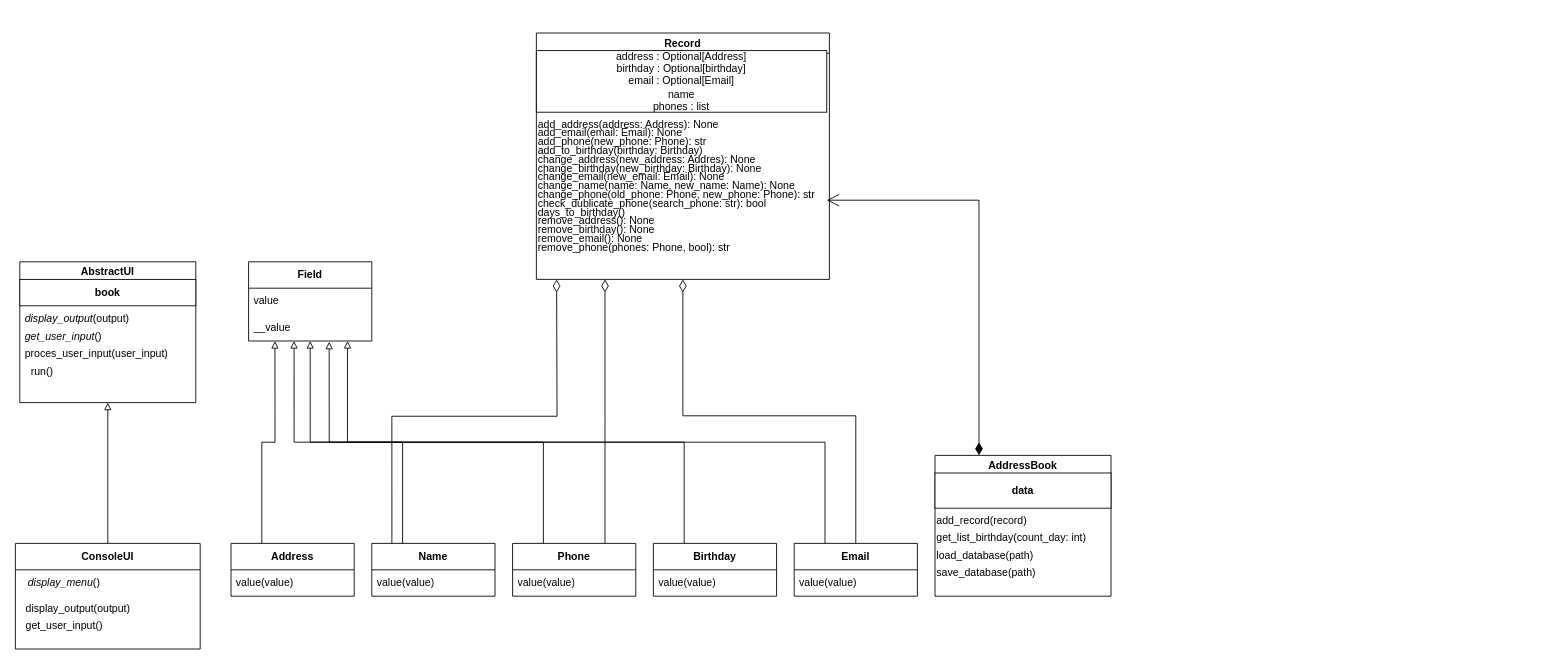
olegdenko/Python_Web1_1 keeps this draw.io diagram as M2/Untitled Diagram.drawio. Above is the earlier version. Source tidied: cells renumbered, new cells numbered last; positions are measured from the earlier drawing's top-left corner, leaving out a move shared by most shapes. Both pictures are drawn from the tidied source at 88%, with x=0, y=0 at pixel (15, 33).
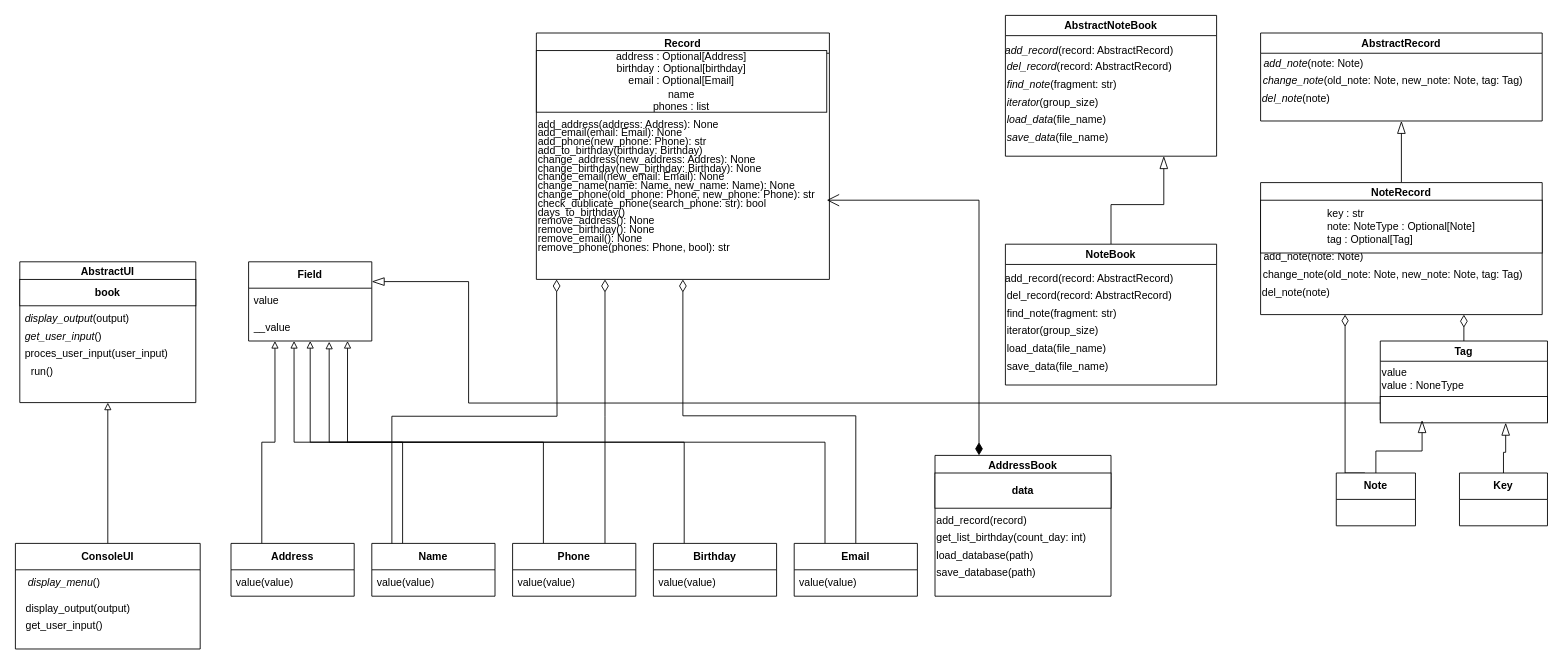
The same page after the edit.

Unchanged cells that the change refers to:
```xml
<mxCell id="13" value="&lt;b&gt;Field&lt;/b&gt;" style="swimlane;fontStyle=0;horizontal=1;startSize=30;whiteSpace=wrap;html=1;" parent="1" vertex="1">
  <mxGeometry x="265" y="260" width="140" height="90" as="geometry" />
</mxCell>
<mxCell id="34" value="Record" style="swimlane;whiteSpace=wrap;html=1;" parent="1" vertex="1">
  <mxGeometry x="592" width="333" height="280" as="geometry" />
</mxCell>
```

Diff of the diagram source:
```diff
@@
-    <mxCell id="35" value="address : Optional[Address]&lt;br&gt;birthday : Optional[birthday]&lt;br&gt;email : Optional[Email]&lt;br&gt;name&lt;br&gt;phones : list" style="rounded=0;whiteSpace=wrap;html=1;" parent="34" vertex="1">
+    <mxCell id="35" value="address : Optional[Address]&lt;br&gt;birthday : Optional[birthday]&lt;br&gt;email : Optional[Email]&lt;br&gt;name&lt;br&gt;phones : list" style="rounded=0;whiteSpace=wrap;html=1;align=center;" parent="34" vertex="1">
       <mxGeometry y="20" width="330" height="70" as="geometry" />
     </mxCell>
@@
+    <mxCell id="58" value="AbstractRecord" style="swimlane;whiteSpace=wrap;html=1;" parent="1" vertex="1">
+      <mxGeometry x="1415" width="320" height="100" as="geometry" />
+    </mxCell>
+    <mxCell id="59" value="&lt;i&gt;change_note&lt;/i&gt;(old_note: Note, new_note: Note, tag: Tag)" style="text;html=1;align=center;verticalAlign=middle;strokeColor=none;fillColor=none;" parent="58" vertex="1">
+      <mxGeometry x="-10" y="40" width="320" height="30" as="geometry" />
+    </mxCell>
+    <mxCell id="60" value="&lt;i&gt;add_note&lt;/i&gt;(note: Note)" style="text;html=1;align=center;verticalAlign=middle;strokeColor=none;fillColor=none;" parent="58" vertex="1">
+      <mxGeometry x="-10" y="20" width="140" height="30" as="geometry" />
+    </mxCell>
+    <mxCell id="61" value="&lt;i&gt;del_note&lt;/i&gt;(note)" style="text;html=1;align=center;verticalAlign=middle;strokeColor=none;fillColor=none;" parent="58" vertex="1">
+      <mxGeometry x="-10" y="60" width="100" height="30" as="geometry" />
+    </mxCell>
+    <mxCell id="62" style="edgeStyle=orthogonalEdgeStyle;rounded=0;jettySize=auto;html=1;exitX=0.5;exitY=0;exitDx=0;exitDy=0;entryX=0.5;entryY=1;entryDx=0;entryDy=0;endArrow=blockThin;endFill=0;endSize=12;" parent="1" edge="1" source="63" target="58">
+      <mxGeometry relative="1" as="geometry" />
+    </mxCell>
+    <mxCell id="63" value="NoteRecord" style="swimlane;whiteSpace=wrap;html=1;" parent="1" vertex="1">
+      <mxGeometry x="1415" y="170" width="320" height="150" as="geometry" />
+    </mxCell>
+    <mxCell id="64" value="change_note(old_note: Note, new_note: Note, tag: Tag)" style="text;html=1;align=center;verticalAlign=middle;strokeColor=none;fillColor=none;" parent="63" vertex="1">
+      <mxGeometry x="-10" y="90" width="320" height="30" as="geometry" />
+    </mxCell>
+    <mxCell id="65" value="add_note(note: Note)" style="text;html=1;align=center;verticalAlign=middle;strokeColor=none;fillColor=none;" parent="63" vertex="1">
+      <mxGeometry x="-10" y="70" width="140" height="30" as="geometry" />
+    </mxCell>
+    <mxCell id="66" value="del_note(note)" style="text;html=1;align=center;verticalAlign=middle;strokeColor=none;fillColor=none;" parent="63" vertex="1">
+      <mxGeometry x="-10" y="110" width="100" height="30" as="geometry" />
+    </mxCell>
+    <mxCell id="67" value="&lt;div style=&quot;text-align: left;&quot;&gt;&lt;span style=&quot;background-color: initial;&quot;&gt;key : str&lt;/span&gt;&lt;/div&gt;&lt;div style=&quot;text-align: left;&quot;&gt;&lt;span style=&quot;background-color: initial;&quot;&gt;note: NoteType : Optional[Note]&lt;/span&gt;&lt;/div&gt;&lt;div style=&quot;text-align: left;&quot;&gt;&lt;span style=&quot;background-color: initial;&quot;&gt;tag : Optional[Tag]&lt;/span&gt;&lt;/div&gt;" style="rounded=0;whiteSpace=wrap;html=1;" parent="63" vertex="1">
+      <mxGeometry y="20" width="320" height="60" as="geometry" />
+    </mxCell>
+    <mxCell id="68" style="edgeStyle=orthogonalEdgeStyle;rounded=0;jettySize=auto;html=1;exitX=0.5;exitY=0;exitDx=0;exitDy=0;endArrow=diamondThin;endFill=0;endSize=12;" parent="1" edge="1" source="69">
+      <mxGeometry relative="1" as="geometry">
+        <mxPoint x="1646" y="320" as="targetPoint" />
+      </mxGeometry>
+    </mxCell>
+    <mxCell id="69" value="Tag" style="swimlane;whiteSpace=wrap;html=1;" parent="1" vertex="1">
+      <mxGeometry x="1551" y="350" width="190" height="90" as="geometry" />
+    </mxCell>
+    <mxCell id="70" value="value&lt;br&gt;value : NoneType" style="text;html=1;align=left;verticalAlign=middle;strokeColor=none;fillColor=none;" parent="69" vertex="1">
+      <mxGeometry y="23" width="120" height="40" as="geometry" />
+    </mxCell>
+    <mxCell id="71" style="rounded=0;whiteSpace=wrap;html=1;" parent="69" vertex="1">
+      <mxGeometry y="63" width="190" height="30" as="geometry" />
+    </mxCell>
+    <mxCell id="72" style="edgeStyle=orthogonalEdgeStyle;rounded=0;jettySize=auto;html=1;exitX=0.5;exitY=0;exitDx=0;exitDy=0;entryX=0.25;entryY=1;entryDx=0;entryDy=0;endArrow=blockThin;endFill=0;endSize=12;" parent="1" edge="1" source="74" target="69">
+      <mxGeometry relative="1" as="geometry" />
+    </mxCell>
+    <mxCell id="73" style="edgeStyle=orthogonalEdgeStyle;rounded=0;orthogonalLoop=1;jettySize=auto;html=1;exitX=0.25;exitY=0;exitDx=0;exitDy=0;endArrow=diamondThin;endFill=0;endSize=11;" parent="1" edge="1">
+      <mxGeometry relative="1" as="geometry">
+        <mxPoint x="1533.5" y="500" as="sourcePoint" />
+        <mxPoint x="1511" y="320" as="targetPoint" />
+        <Array as="points">
+          <mxPoint x="1511" y="500" />
+        </Array>
+      </mxGeometry>
+    </mxCell>
+    <mxCell id="74" value="&lt;b&gt;Note&lt;/b&gt;" style="swimlane;fontStyle=0;horizontal=1;startSize=30;whiteSpace=wrap;html=1;" parent="1" vertex="1">
+      <mxGeometry x="1501" y="500" width="90" height="60" as="geometry" />
+    </mxCell>
+    <mxCell id="75" value="&amp;nbsp;" style="text;strokeColor=none;fillColor=none;align=left;verticalAlign=middle;spacingLeft=4;spacingRight=4;overflow=hidden;whiteSpace=wrap;html=1;" parent="74" vertex="1">
+      <mxGeometry y="30" width="90" height="30" as="geometry" />
+    </mxCell>
+    <mxCell id="76" style="edgeStyle=orthogonalEdgeStyle;rounded=0;jettySize=auto;html=1;exitX=0.5;exitY=0;exitDx=0;exitDy=0;entryX=0.75;entryY=1;entryDx=0;entryDy=0;endArrow=blockThin;endFill=0;startSize=6;endSize=12;" parent="1" edge="1" source="77" target="71">
+      <mxGeometry relative="1" as="geometry" />
+    </mxCell>
+    <mxCell id="77" value="&lt;b&gt;Key&lt;/b&gt;" style="swimlane;fontStyle=0;horizontal=1;startSize=30;whiteSpace=wrap;html=1;" parent="1" vertex="1">
+      <mxGeometry x="1641" y="500" width="100" height="60" as="geometry" />
+    </mxCell>
+    <mxCell id="78" value="&amp;nbsp;" style="text;strokeColor=none;fillColor=none;align=left;verticalAlign=middle;spacingLeft=4;spacingRight=4;overflow=hidden;whiteSpace=wrap;html=1;" parent="77" vertex="1">
+      <mxGeometry y="30" width="100" height="30" as="geometry" />
+    </mxCell>
+    <mxCell id="79" value="AbstractNoteBook" style="swimlane;whiteSpace=wrap;html=1;" parent="1" vertex="1">
+      <mxGeometry x="1125" y="-20" width="240" height="160" as="geometry" />
+    </mxCell>
+    <mxCell id="80" value="&lt;i&gt;add_record&lt;/i&gt;(record: AbstractRecord)" style="text;html=1;align=center;verticalAlign=middle;strokeColor=none;fillColor=none;" parent="79" vertex="1">
+      <mxGeometry x="-10" y="25" width="210" height="30" as="geometry" />
+    </mxCell>
+    <mxCell id="81" value="&lt;i&gt;del_record&lt;/i&gt;(record: AbstractRecord)" style="text;whiteSpace=wrap;html=1;" parent="79" vertex="1">
+      <mxGeometry y="45" width="220" height="40" as="geometry" />
+    </mxCell>
+    <mxCell id="82" value="&lt;i&gt;find_note&lt;/i&gt;(fragment: str)" style="text;whiteSpace=wrap;html=1;" parent="79" vertex="1">
+      <mxGeometry y="65" width="180" height="40" as="geometry" />
+    </mxCell>
+    <mxCell id="83" value="&lt;i&gt;iterator&lt;/i&gt;(group_size)" style="text;whiteSpace=wrap;html=1;" parent="79" vertex="1">
+      <mxGeometry y="85" width="180" height="40" as="geometry" />
+    </mxCell>
+    <mxCell id="84" value="&lt;i&gt;load_data&lt;/i&gt;(file_name)" style="text;whiteSpace=wrap;html=1;" parent="79" vertex="1">
+      <mxGeometry y="105" width="180" height="40" as="geometry" />
+    </mxCell>
+    <mxCell id="85" value="&lt;i&gt;save_data&lt;/i&gt;(file_name)" style="text;whiteSpace=wrap;html=1;" parent="79" vertex="1">
+      <mxGeometry y="125" width="150" height="40" as="geometry" />
+    </mxCell>
+    <mxCell id="86" style="edgeStyle=orthogonalEdgeStyle;rounded=0;jettySize=auto;html=1;exitX=0.5;exitY=0;exitDx=0;exitDy=0;entryX=0.75;entryY=1;entryDx=0;entryDy=0;endArrow=blockThin;endFill=0;endSize=12;" parent="1" edge="1" source="87" target="79">
+      <mxGeometry relative="1" as="geometry" />
+    </mxCell>
+    <mxCell id="87" value="NoteBook" style="swimlane;whiteSpace=wrap;html=1;" parent="1" vertex="1">
+      <mxGeometry x="1125" y="240" width="240" height="160" as="geometry" />
+    </mxCell>
+    <mxCell id="88" value="add_record(record: AbstractRecord)" style="text;html=1;align=center;verticalAlign=middle;strokeColor=none;fillColor=none;" parent="87" vertex="1">
+      <mxGeometry x="-10" y="25" width="210" height="30" as="geometry" />
+    </mxCell>
+    <mxCell id="89" value="del_record(record: AbstractRecord)" style="text;whiteSpace=wrap;html=1;" parent="87" vertex="1">
+      <mxGeometry y="45" width="220" height="40" as="geometry" />
+    </mxCell>
+    <mxCell id="90" value="find_note(fragment: str)" style="text;whiteSpace=wrap;html=1;" parent="87" vertex="1">
+      <mxGeometry y="65" width="180" height="40" as="geometry" />
+    </mxCell>
+    <mxCell id="91" value="iterator(group_size)" style="text;whiteSpace=wrap;html=1;" parent="87" vertex="1">
+      <mxGeometry y="85" width="180" height="40" as="geometry" />
+    </mxCell>
+    <mxCell id="92" value="load_data(file_name)" style="text;whiteSpace=wrap;html=1;" parent="87" vertex="1">
+      <mxGeometry y="105" width="180" height="40" as="geometry" />
+    </mxCell>
+    <mxCell id="93" value="save_data(file_name)" style="text;whiteSpace=wrap;html=1;" parent="87" vertex="1">
+      <mxGeometry y="125" width="150" height="40" as="geometry" />
+    </mxCell>
+    <mxCell id="94" style="edgeStyle=orthogonalEdgeStyle;rounded=0;jettySize=auto;html=1;exitX=0;exitY=0.25;exitDx=0;exitDy=0;entryX=1;entryY=0.25;entryDx=0;entryDy=0;endArrow=blockThin;endFill=0;endSize=12;" parent="1" edge="1" source="71" target="13">
+      <mxGeometry relative="1" as="geometry">
+        <Array as="points">
+          <mxPoint x="515" y="420" />
+          <mxPoint x="515" y="283" />
+        </Array>
+      </mxGeometry>
+    </mxCell>
```
